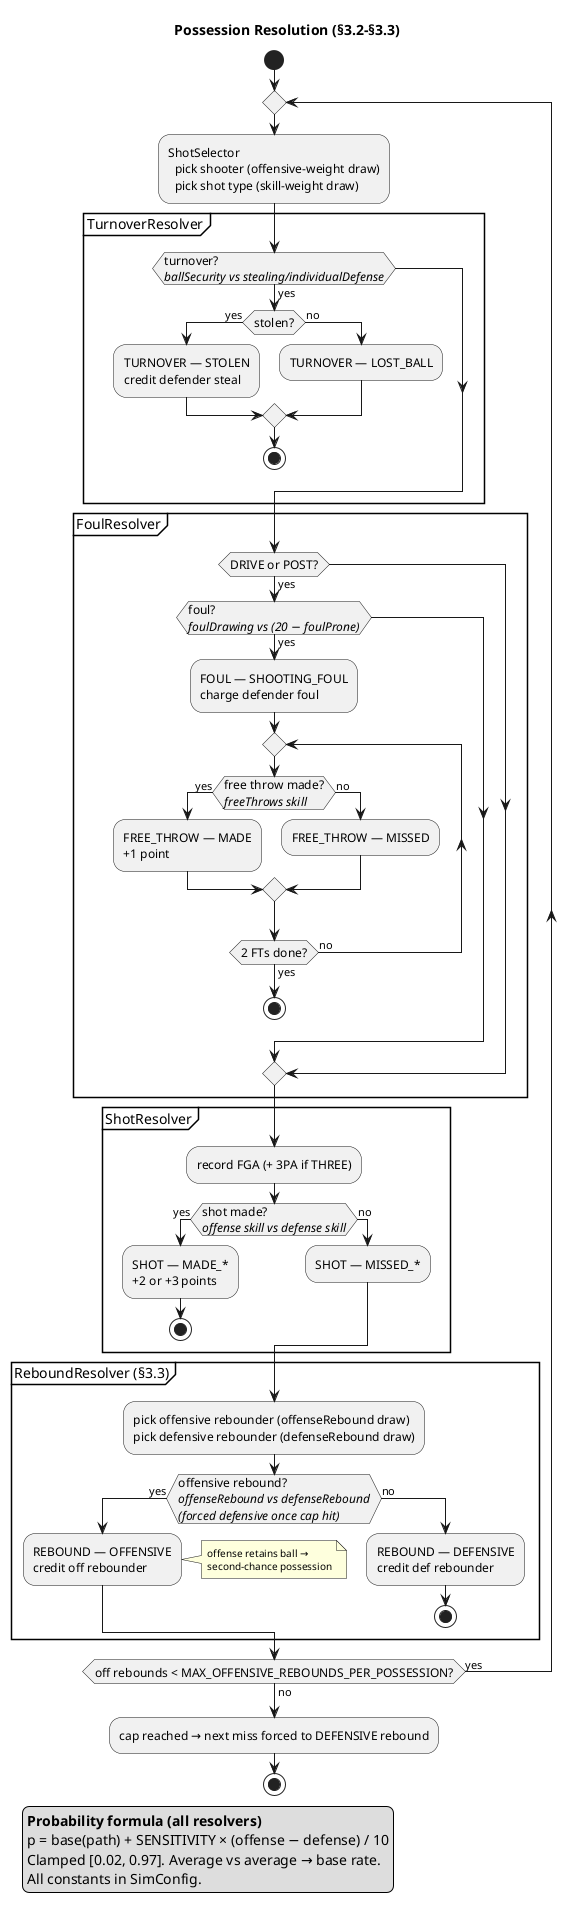
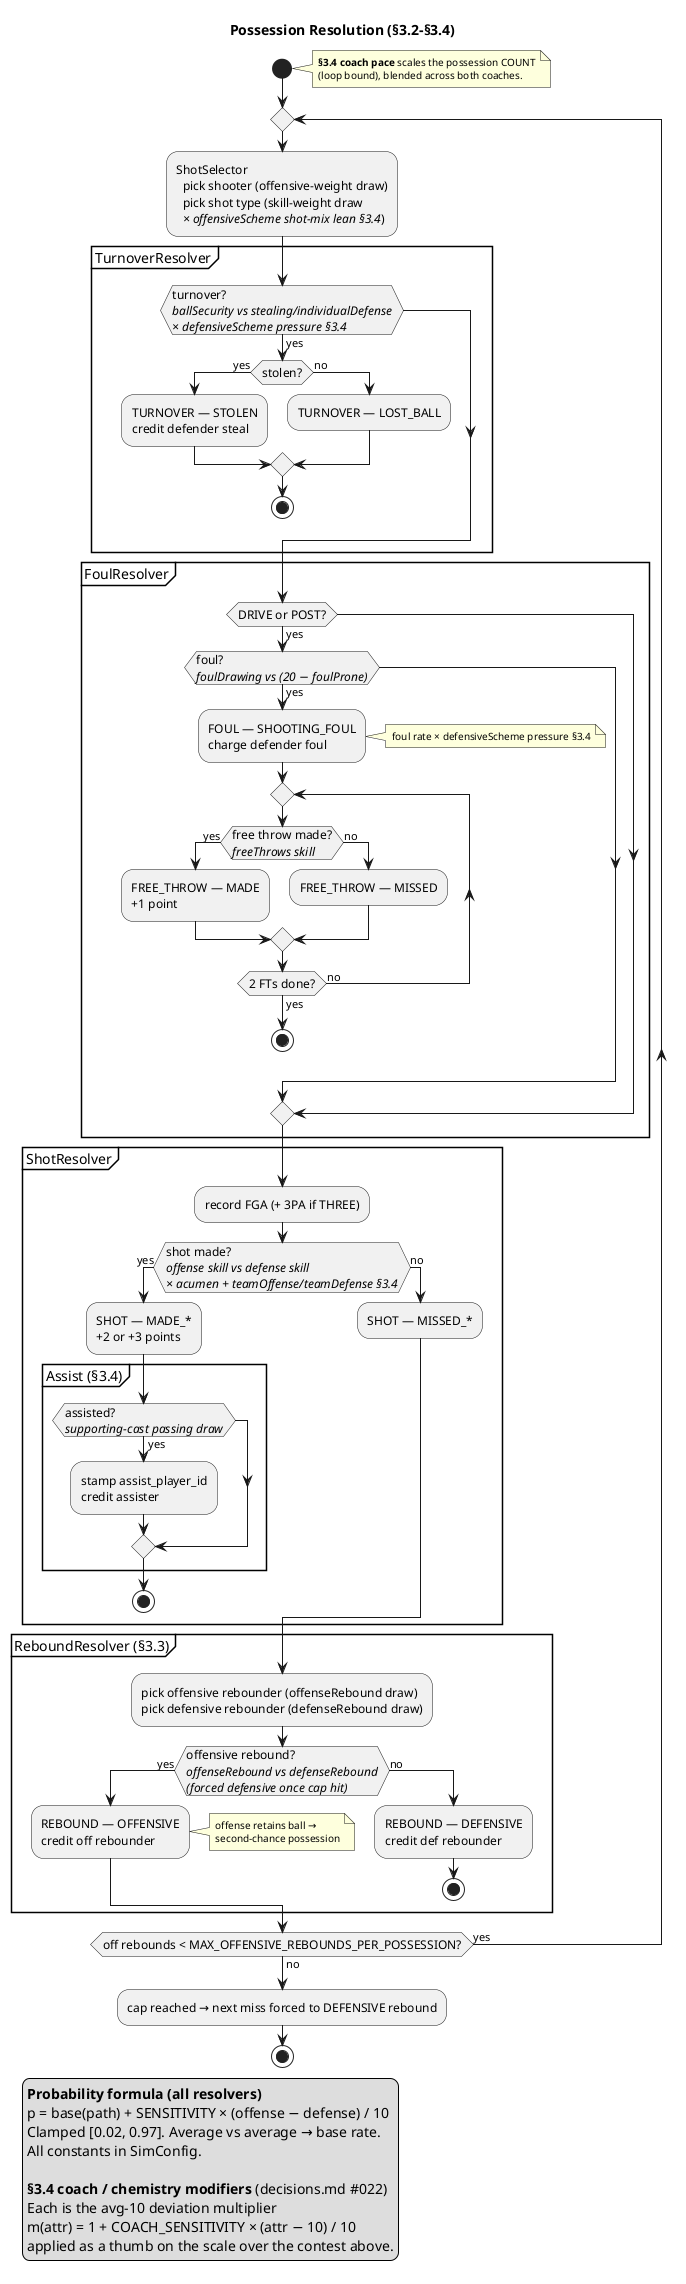
@startuml possession-flow
- title Possession Resolution (§3.2–§3.3)
+ title Possession Resolution (§3.2–§3.4)

skinparam ActivityDiamondFontSize 11
skinparam ActivityFontSize 12
skinparam NoteFontSize 10

start

+ note right
+   **§3.4 coach pace** scales the possession COUNT
+   (loop bound), blended across both coaches.
+ end note
+ 
repeat
:ShotSelector
  pick shooter (offensive-weight draw)
-   pick shot type (skill-weight draw);
+   pick shot type (skill-weight draw
+   //× offensiveScheme shot-mix lean §3.4//);

partition "TurnoverResolver" {
-   if (turnover?\n//ballSecurity vs stealing/individualDefense//) then (yes)
+   if (turnover?\n//ballSecurity vs stealing/individualDefense//\n//× defensiveScheme pressure §3.4//) then (yes)
    if (stolen?) then (yes)
      :TURNOVER — STOLEN
      credit defender steal;
    else (no)
      :TURNOVER — LOST_BALL;
    endif
    stop
  endif
}

partition "FoulResolver" {
  if (DRIVE or POST?) then (yes)
    if (foul?\n//foulDrawing vs (20 − foulProne)//) then (yes)
      :FOUL — SHOOTING_FOUL
      charge defender foul;
+       note right: foul rate × defensiveScheme pressure §3.4

      repeat
        if (free throw made?\n//freeThrows skill//) then (yes)
          :FREE_THROW — MADE
          +1 point;
        else (no)
          :FREE_THROW — MISSED;
        endif
      repeat while (2 FTs done?) is (no) not (yes)
      stop
    endif
  endif
}

partition "ShotResolver" {
  :record FGA (+ 3PA if THREE);

-   if (shot made?\n//offense skill vs defense skill//) then (yes)
+   if (shot made?\n//offense skill vs defense skill//\n//× acumen + teamOffense/teamDefense §3.4//) then (yes)
    :SHOT — MADE_*
    +2 or +3 points;
+     partition "Assist (§3.4)" {
+       if (assisted?\n//supporting-cast passing draw//) then (yes)
+         :stamp assist_player_id
+         credit assister;
+       endif
+     }
    stop
  else (no)
    :SHOT — MISSED_*;
  endif
}

partition "ReboundResolver (§3.3)" {
  :pick offensive rebounder (offenseRebound draw)
  pick defensive rebounder (defenseRebound draw);
  if (offensive rebound?\n//offenseRebound vs defenseRebound//\n//(forced defensive once cap hit)//) then (yes)
    :REBOUND — OFFENSIVE
    credit off rebounder;
    note right: offense retains ball →\nsecond-chance possession
  else (no)
    :REBOUND — DEFENSIVE
    credit def rebounder;
    stop
  endif
}
repeat while (off rebounds < MAX_OFFENSIVE_REBOUNDS_PER_POSSESSION?) is (yes) not (no)

:cap reached → next miss forced to DEFENSIVE rebound;
stop

legend bottom left
  **Probability formula (all resolvers)**
  p = base(path) + SENSITIVITY × (offense − defense) / 10
  Clamped [0.02, 0.97]. Average vs average → base rate.
  All constants in SimConfig.
+ 
+   **§3.4 coach / chemistry modifiers** (decisions.md #022)
+   Each is the avg-10 deviation multiplier
+   m(attr) = 1 + COACH_SENSITIVITY × (attr − 10) / 10
+   applied as a thumb on the scale over the contest above.
endlegend

@enduml
